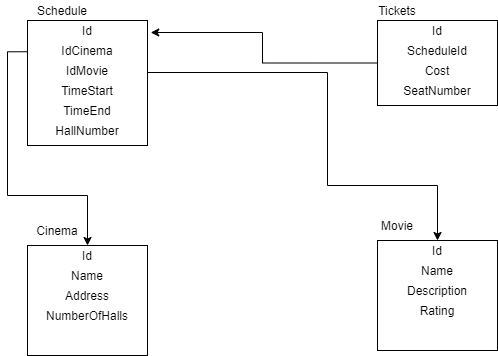
Earlier version of the draw.io export ERD.png (Eatric/simbirsoft_lecture2). Source tidied: cells renumbered, new cells last; positions are measured from the earlier drawing's top-left corner, leaving out a move shared by most shapes. The source it was exported from:
```xml
<mxGraphModel>
  <root>
    <mxCell id="0" />
    <mxCell id="1" parent="0" />
    <mxCell id="2" style="edgeStyle=orthogonalEdgeStyle;rounded=0;jettySize=auto;html=1;exitX=1;exitY=0.5;exitDx=0;exitDy=0;entryX=0.5;entryY=0;entryDx=0;entryDy=0;" parent="1" edge="1" source="16" target="12">
      <mxGeometry relative="1" as="geometry">
        <Array as="points">
          <mxPoint x="300" y="72" />
          <mxPoint x="300" y="185" />
          <mxPoint x="410" y="185" />
        </Array>
      </mxGeometry>
    </mxCell>
    <mxCell id="3" style="rounded=0;whiteSpace=wrap;html=1;" parent="1" vertex="1">
      <mxGeometry y="245" width="120" height="110" as="geometry" />
    </mxCell>
    <mxCell id="4" value="Cinema" style="text;html=1;strokeColor=none;fillColor=none;align=center;verticalAlign=middle;whiteSpace=wrap;rounded=0;" parent="1" vertex="1">
      <mxGeometry y="215" width="60" height="30" as="geometry" />
    </mxCell>
    <mxCell id="5" style="edgeStyle=orthogonalEdgeStyle;rounded=0;jettySize=auto;html=1;exitX=0;exitY=0.25;exitDx=0;exitDy=0;entryX=0.5;entryY=0;entryDx=0;entryDy=0;" parent="1" edge="1" source="16" target="6">
      <mxGeometry relative="1" as="geometry" />
    </mxCell>
    <mxCell id="6" value="Id" style="text;html=1;strokeColor=none;fillColor=none;align=center;verticalAlign=middle;whiteSpace=wrap;rounded=0;" parent="1" vertex="1">
      <mxGeometry x="40" y="245" width="40" height="20" as="geometry" />
    </mxCell>
    <mxCell id="7" value="Name" style="text;html=1;strokeColor=none;fillColor=none;align=center;verticalAlign=middle;whiteSpace=wrap;rounded=0;" parent="1" vertex="1">
      <mxGeometry x="40" y="265" width="40" height="20" as="geometry" />
    </mxCell>
    <mxCell id="8" value="Address" style="text;html=1;strokeColor=none;fillColor=none;align=center;verticalAlign=middle;whiteSpace=wrap;rounded=0;" parent="1" vertex="1">
      <mxGeometry x="40" y="285" width="40" height="20" as="geometry" />
    </mxCell>
    <mxCell id="9" value="NumberOfHalls" style="text;html=1;strokeColor=none;fillColor=none;align=center;verticalAlign=middle;whiteSpace=wrap;rounded=0;" parent="1" vertex="1">
      <mxGeometry x="40" y="305" width="40" height="20" as="geometry" />
    </mxCell>
    <mxCell id="10" style="rounded=0;whiteSpace=wrap;html=1;" parent="1" vertex="1">
      <mxGeometry x="350" y="240" width="120" height="110" as="geometry" />
    </mxCell>
    <mxCell id="11" value="Movie" style="text;html=1;strokeColor=none;fillColor=none;align=center;verticalAlign=middle;whiteSpace=wrap;rounded=0;" parent="1" vertex="1">
      <mxGeometry x="350" y="215" width="40" height="20" as="geometry" />
    </mxCell>
    <mxCell id="12" value="Id" style="text;html=1;strokeColor=none;fillColor=none;align=center;verticalAlign=middle;whiteSpace=wrap;rounded=0;" parent="1" vertex="1">
      <mxGeometry x="390" y="240" width="40" height="20" as="geometry" />
    </mxCell>
    <mxCell id="13" value="Name" style="text;html=1;strokeColor=none;fillColor=none;align=center;verticalAlign=middle;whiteSpace=wrap;rounded=0;" parent="1" vertex="1">
      <mxGeometry x="390" y="260" width="40" height="20" as="geometry" />
    </mxCell>
    <mxCell id="14" value="Description" style="text;html=1;strokeColor=none;fillColor=none;align=center;verticalAlign=middle;whiteSpace=wrap;rounded=0;" parent="1" vertex="1">
      <mxGeometry x="390" y="280" width="40" height="20" as="geometry" />
    </mxCell>
    <mxCell id="15" value="Rating" style="text;html=1;strokeColor=none;fillColor=none;align=center;verticalAlign=middle;whiteSpace=wrap;rounded=0;" parent="1" vertex="1">
      <mxGeometry x="390" y="300" width="40" height="20" as="geometry" />
    </mxCell>
    <mxCell id="16" style="rounded=0;whiteSpace=wrap;html=1;" parent="1" vertex="1">
      <mxGeometry y="20" width="120" height="125" as="geometry" />
    </mxCell>
    <mxCell id="17" value="Schedule" style="text;html=1;strokeColor=none;fillColor=none;align=center;verticalAlign=middle;whiteSpace=wrap;rounded=0;" parent="1" vertex="1">
      <mxGeometry x="10" width="50" height="20" as="geometry" />
    </mxCell>
    <mxCell id="18" value="Id" style="text;html=1;strokeColor=none;fillColor=none;align=center;verticalAlign=middle;whiteSpace=wrap;rounded=0;" parent="1" vertex="1">
      <mxGeometry x="40" y="20" width="40" height="20" as="geometry" />
    </mxCell>
    <mxCell id="19" value="IdCinema" style="text;html=1;strokeColor=none;fillColor=none;align=center;verticalAlign=middle;whiteSpace=wrap;rounded=0;" parent="1" vertex="1">
      <mxGeometry x="40" y="40" width="40" height="20" as="geometry" />
    </mxCell>
    <mxCell id="20" value="IdMovie" style="text;html=1;strokeColor=none;fillColor=none;align=center;verticalAlign=middle;whiteSpace=wrap;rounded=0;" parent="1" vertex="1">
      <mxGeometry x="40" y="60" width="40" height="20" as="geometry" />
    </mxCell>
    <mxCell id="21" value="TimeStart" style="text;html=1;strokeColor=none;fillColor=none;align=center;verticalAlign=middle;whiteSpace=wrap;rounded=0;" parent="1" vertex="1">
      <mxGeometry x="40" y="80" width="40" height="20" as="geometry" />
    </mxCell>
    <mxCell id="22" value="TimeEnd" style="text;html=1;strokeColor=none;fillColor=none;align=center;verticalAlign=middle;whiteSpace=wrap;rounded=0;" parent="1" vertex="1">
      <mxGeometry x="40" y="100" width="40" height="20" as="geometry" />
    </mxCell>
    <mxCell id="23" style="edgeStyle=orthogonalEdgeStyle;rounded=0;jettySize=auto;html=1;exitX=0;exitY=0.5;exitDx=0;exitDy=0;entryX=1.027;entryY=0.096;entryDx=0;entryDy=0;entryPerimeter=0;" parent="1" edge="1" source="24" target="16">
      <mxGeometry relative="1" as="geometry" />
    </mxCell>
    <mxCell id="24" style="rounded=0;whiteSpace=wrap;html=1;" parent="1" vertex="1">
      <mxGeometry x="350" y="20" width="120" height="85" as="geometry" />
    </mxCell>
    <mxCell id="25" value="Tickets" style="text;html=1;strokeColor=none;fillColor=none;align=center;verticalAlign=middle;whiteSpace=wrap;rounded=0;" parent="1" vertex="1">
      <mxGeometry x="350" width="40" height="20" as="geometry" />
    </mxCell>
    <mxCell id="26" value="Id" style="text;html=1;strokeColor=none;fillColor=none;align=center;verticalAlign=middle;whiteSpace=wrap;rounded=0;" parent="1" vertex="1">
      <mxGeometry x="390" y="20" width="40" height="20" as="geometry" />
    </mxCell>
    <mxCell id="27" value="ScheduleId" style="text;html=1;strokeColor=none;fillColor=none;align=center;verticalAlign=middle;whiteSpace=wrap;rounded=0;" parent="1" vertex="1">
      <mxGeometry x="390" y="40" width="40" height="20" as="geometry" />
    </mxCell>
    <mxCell id="28" value="Cost" style="text;html=1;strokeColor=none;fillColor=none;align=center;verticalAlign=middle;whiteSpace=wrap;rounded=0;" parent="1" vertex="1">
      <mxGeometry x="390" y="60" width="40" height="20" as="geometry" />
    </mxCell>
    <mxCell id="29" style="edgeStyle=orthogonalEdgeStyle;rounded=0;orthogonalLoop=1;jettySize=auto;html=1;exitX=0.5;exitY=1;exitDx=0;exitDy=0;" parent="1" edge="1" source="24" target="24">
      <mxGeometry relative="1" as="geometry" />
    </mxCell>
    <mxCell id="30" value="HallNumber" style="text;html=1;strokeColor=none;fillColor=none;align=center;verticalAlign=middle;whiteSpace=wrap;rounded=0;" parent="1" vertex="1">
      <mxGeometry x="40" y="120" width="40" height="20" as="geometry" />
    </mxCell>
    <mxCell id="31" value="SeatNumber" style="text;html=1;strokeColor=none;fillColor=none;align=center;verticalAlign=middle;whiteSpace=wrap;rounded=0;" parent="1" vertex="1">
      <mxGeometry x="390" y="80" width="40" height="20" as="geometry" />
    </mxCell>
  </root>
</mxGraphModel>
```
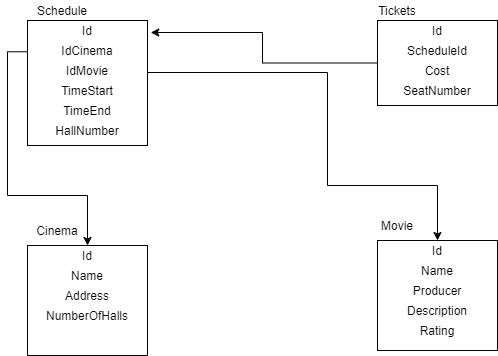
The same file after the commit.

Commit message:
Edit ERD after migration

Diff of the diagram source:
```diff
@@ -45,10 +45,10 @@
       <mxGeometry x="390" y="260" width="40" height="20" as="geometry" />
     </mxCell>
     <mxCell id="14" value="Description" style="text;html=1;strokeColor=none;fillColor=none;align=center;verticalAlign=middle;whiteSpace=wrap;rounded=0;" parent="1" vertex="1">
-      <mxGeometry x="390" y="280" width="40" height="20" as="geometry" />
+      <mxGeometry x="390" y="300" width="40" height="20" as="geometry" />
     </mxCell>
     <mxCell id="15" value="Rating" style="text;html=1;strokeColor=none;fillColor=none;align=center;verticalAlign=middle;whiteSpace=wrap;rounded=0;" parent="1" vertex="1">
-      <mxGeometry x="390" y="300" width="40" height="20" as="geometry" />
+      <mxGeometry x="390" y="320" width="40" height="20" as="geometry" />
     </mxCell>
     <mxCell id="16" style="rounded=0;whiteSpace=wrap;html=1;" parent="1" vertex="1">
       <mxGeometry y="20" width="120" height="125" as="geometry" />
@@ -98,5 +98,8 @@
     <mxCell id="31" value="SeatNumber" style="text;html=1;strokeColor=none;fillColor=none;align=center;verticalAlign=middle;whiteSpace=wrap;rounded=0;" parent="1" vertex="1">
       <mxGeometry x="390" y="80" width="40" height="20" as="geometry" />
     </mxCell>
+    <mxCell id="32" value="Producer" style="text;html=1;strokeColor=none;fillColor=none;align=center;verticalAlign=middle;whiteSpace=wrap;rounded=0;" parent="1" vertex="1">
+      <mxGeometry x="390" y="280" width="40" height="20" as="geometry" />
+    </mxCell>
   </root>
 </mxGraphModel>
```
